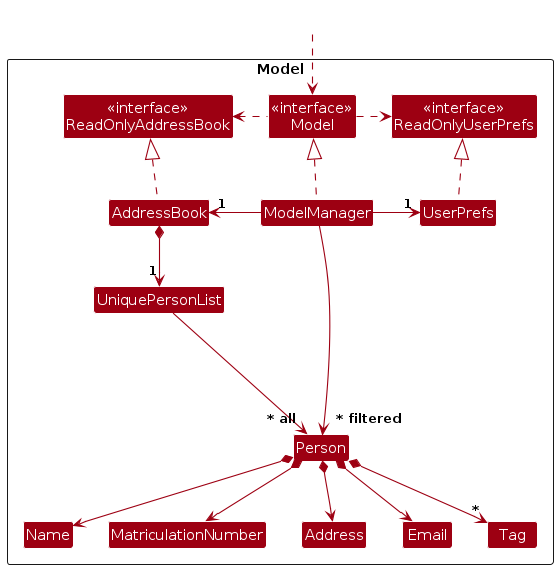
AY2627S1-CS2103T-T10-2/tp keeps this PlantUML diagram as diagrams/ModelClassDiagram.png. Above is the earlier version. Its source is kept beside it as diagrams/ModelClassDiagram.puml.
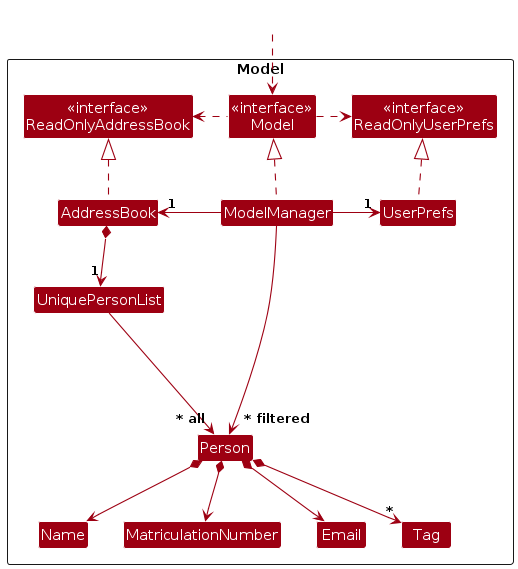
Above is the later version.

Change to the diagram source:
```diff
@@ -14,7 +14,6 @@
 
 Class UniquePersonList
 Class Person
-Class Address
 Class Email
 Class Name
 Class MatriculationNumber
@@ -40,15 +39,12 @@
 Person *--> Name
 Person *--> MatriculationNumber
 Person *--> Email
-Person *--> Address
 Person *--> "*" Tag
 
 Person -[hidden]up--> I
 UniquePersonList -[hidden]right-> I
 
 Name -[hidden]right-> MatriculationNumber
-MatriculationNumber -[hidden]right-> Address
-Address -[hidden]right-> Email
 
 ModelManager --> "~* filtered" Person
 @enduml
```
